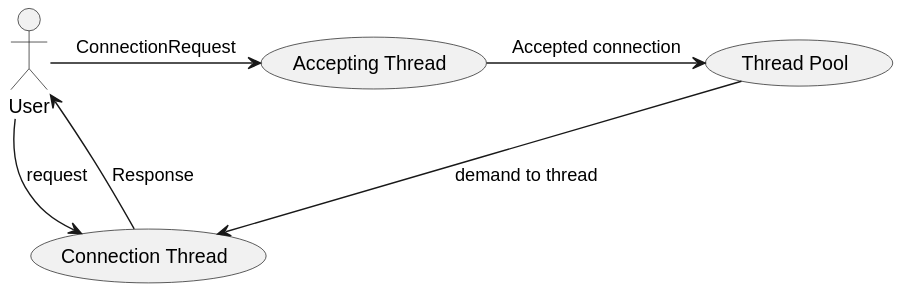
The PlantUML diagram docs/diagrams/webserver/execution-model.svg in SoManyBisela/java-webserver, before a commit.
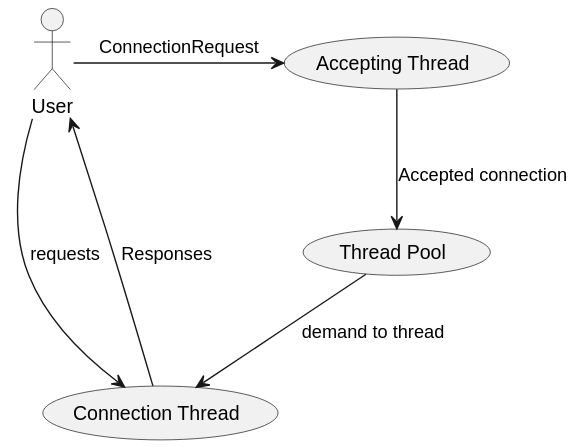
The same diagram one commit later.

What changed in the source:
```diff
@@ -5,8 +5,8 @@
 (Thread Pool) as TP
 
 U -> T: ConnectionRequest
-T -> TP: Accepted connection
-TP -down-> CT: demand to thread
-U -> CT: request
-CT -> U: Response
+T --> TP: Accepted connection
+TP --> CT: demand to thread
+U -> CT: requests
+CT -> U: Responses
 @enduml
```
